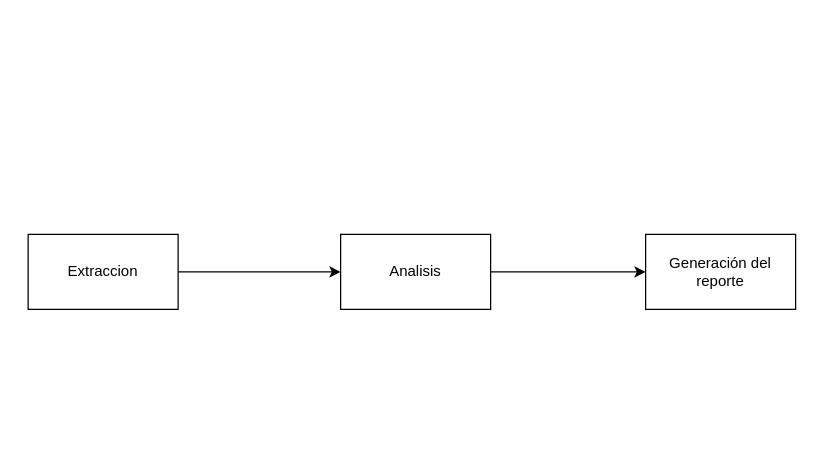
The draw.io diagram draft.drawio in Ever-417/report_automation, before the edit. Source tidied: cells renumbered, new cells numbered last; positions are measured from the earlier drawing's top-left corner, leaving out a move shared by most shapes. Both pictures are drawn from the tidied source at 125%, with x=0, y=0 at pixel (28, 234).
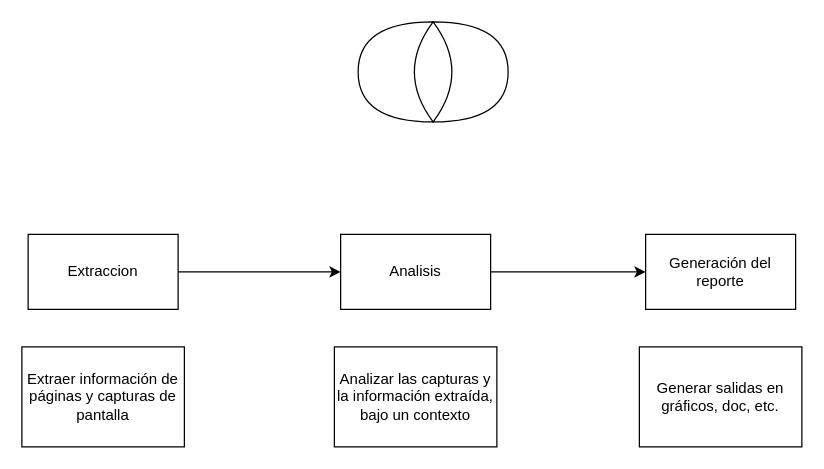
The same page after the edit.

What changed in the source:
```diff
@@
 <mxGraphModel>
   <root>
     <mxCell id="0" />
     <mxCell id="1" parent="0" />
     <mxCell id="2" style="edgeStyle=orthogonalEdgeStyle;rounded=0;jettySize=auto;html=1;" parent="1" edge="1" source="3" target="5">
       <mxGeometry relative="1" as="geometry" />
     </mxCell>
     <mxCell id="3" value="Extraccion" style="rounded=0;whiteSpace=wrap;html=1;" parent="1" vertex="1">
       <mxGeometry width="120" height="60" as="geometry" />
     </mxCell>
     <mxCell id="4" style="edgeStyle=orthogonalEdgeStyle;rounded=0;jettySize=auto;html=1;" parent="1" edge="1" source="5" target="6">
       <mxGeometry relative="1" as="geometry" />
     </mxCell>
     <mxCell id="5" value="Analisis" style="rounded=0;whiteSpace=wrap;html=1;" parent="1" vertex="1">
       <mxGeometry x="250" width="120" height="60" as="geometry" />
     </mxCell>
     <mxCell id="6" value="Generación del reporte" style="rounded=0;whiteSpace=wrap;html=1;" parent="1" vertex="1">
       <mxGeometry x="494" width="120" height="60" as="geometry" />
     </mxCell>
+    <mxCell id="7" value="Extraer información de páginas y capturas de pantalla" style="text;html=1;align=center;verticalAlign=middle;whiteSpace=wrap;rounded=0;strokeColor=default;" parent="1" vertex="1">
+      <mxGeometry x="-5" y="90" width="130" height="80" as="geometry" />
+    </mxCell>
+    <mxCell id="8" value="Analizar las capturas y la información extraída, bajo un contexto" style="text;html=1;align=center;verticalAlign=middle;whiteSpace=wrap;rounded=0;strokeColor=default;" parent="1" vertex="1">
+      <mxGeometry x="245" y="90" width="130" height="80" as="geometry" />
+    </mxCell>
+    <mxCell id="9" value="Generar salidas en gráficos, doc, etc." style="text;html=1;align=center;verticalAlign=middle;whiteSpace=wrap;rounded=0;strokeColor=default;" parent="1" vertex="1">
+      <mxGeometry x="489" y="90" width="130" height="80" as="geometry" />
+    </mxCell>
+    <mxCell id="10" style="shape=xor;whiteSpace=wrap;html=1;" parent="1" vertex="1">
+      <mxGeometry x="324" y="-170" width="60" height="80" as="geometry" />
+    </mxCell>
+    <mxCell id="11" style="shape=xor;whiteSpace=wrap;html=1;direction=west;" parent="1" vertex="1">
+      <mxGeometry x="264" y="-170" width="60" height="80" as="geometry" />
+    </mxCell>
   </root>
 </mxGraphModel>
```
